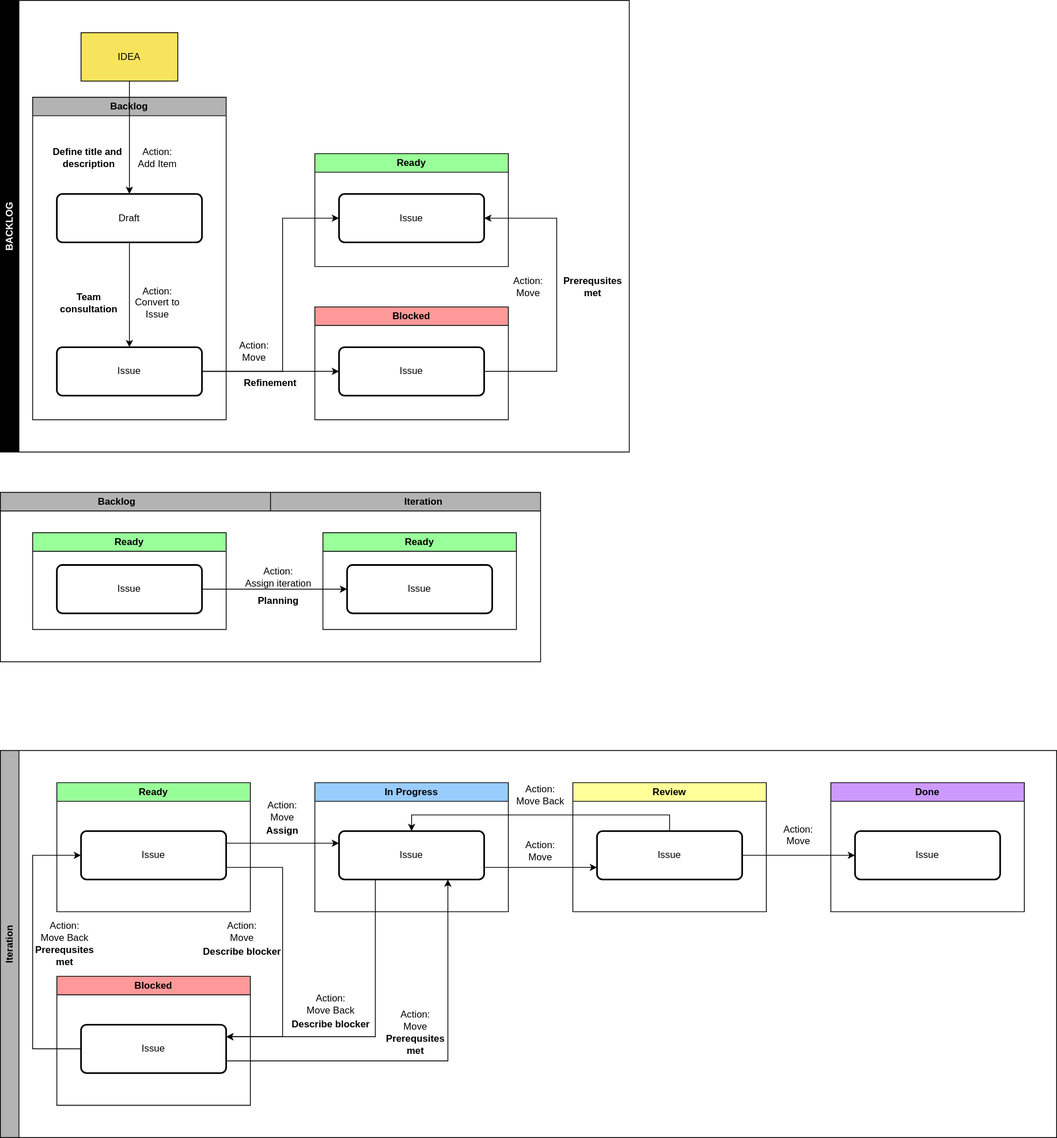
Earlier version of the draw.io export documentation/workflows/backlog/all_workflows.drawio.svg (coders-school/desktop-business-app). Source tidied: cells renumbered, new cells last; positions are measured from the earlier drawing's top-left corner, leaving out a move shared by most shapes. Source of this version:
```xml
<mxGraphModel background="#ffffff">
  <root>
    <mxCell id="0" />
    <mxCell id="1" parent="0" />
    <mxCell id="2" value="Iteration" style="swimlane;horizontal=0;whiteSpace=wrap;html=1;fillColor=#B3B3B3;startSize=23;strokeColor=#000000;fontColor=#000000;" parent="1" vertex="1">
      <mxGeometry y="930" width="1310" height="480" as="geometry" />
    </mxCell>
    <mxCell id="3" value="Blocked" style="swimlane;whiteSpace=wrap;html=1;fillColor=#FF9999;" parent="2" vertex="1">
      <mxGeometry x="70" y="280" width="240" height="160" as="geometry" />
    </mxCell>
    <mxCell id="4" value="Issue" style="rounded=1;whiteSpace=wrap;html=1;absoluteArcSize=1;arcSize=14;strokeWidth=2;" parent="3" vertex="1">
      <mxGeometry x="30" y="60" width="180" height="60" as="geometry" />
    </mxCell>
    <mxCell id="5" value="Ready" style="swimlane;whiteSpace=wrap;html=1;fillColor=#99FF99;swimlaneFillColor=none;" parent="2" vertex="1">
      <mxGeometry x="70" y="40" width="240" height="160" as="geometry" />
    </mxCell>
    <mxCell id="6" value="Issue" style="rounded=1;whiteSpace=wrap;html=1;absoluteArcSize=1;arcSize=14;strokeWidth=2;" parent="5" vertex="1">
      <mxGeometry x="30" y="60" width="180" height="60" as="geometry" />
    </mxCell>
    <mxCell id="7" value="In Progress" style="swimlane;whiteSpace=wrap;html=1;fillColor=#99CCFF;swimlaneFillColor=none;" parent="2" vertex="1">
      <mxGeometry x="390" y="40" width="240" height="160" as="geometry" />
    </mxCell>
    <mxCell id="8" value="Issue" style="rounded=1;whiteSpace=wrap;html=1;absoluteArcSize=1;arcSize=14;strokeWidth=2;" parent="7" vertex="1">
      <mxGeometry x="30" y="60" width="180" height="60" as="geometry" />
    </mxCell>
    <mxCell id="9" value="Review" style="swimlane;whiteSpace=wrap;html=1;fillColor=#FFFF99;swimlaneFillColor=none;" parent="2" vertex="1">
      <mxGeometry x="710" y="40" width="240" height="160" as="geometry" />
    </mxCell>
    <mxCell id="10" value="Issue" style="rounded=1;whiteSpace=wrap;html=1;absoluteArcSize=1;arcSize=14;strokeWidth=2;" parent="9" vertex="1">
      <mxGeometry x="30" y="60" width="180" height="60" as="geometry" />
    </mxCell>
    <mxCell id="11" value="Done" style="swimlane;whiteSpace=wrap;html=1;fillColor=#CC99FF;swimlaneFillColor=none;" parent="2" vertex="1">
      <mxGeometry x="1030" y="40" width="240" height="160" as="geometry" />
    </mxCell>
    <mxCell id="12" value="Issue" style="rounded=1;whiteSpace=wrap;html=1;absoluteArcSize=1;arcSize=14;strokeWidth=2;" parent="11" vertex="1">
      <mxGeometry x="30" y="60" width="180" height="60" as="geometry" />
    </mxCell>
    <mxCell id="13" style="edgeStyle=orthogonalEdgeStyle;rounded=0;jettySize=auto;html=1;exitX=1;exitY=0.5;exitDx=0;exitDy=0;entryX=0;entryY=0.5;entryDx=0;entryDy=0;" parent="2" edge="1" source="10" target="12">
      <mxGeometry relative="1" as="geometry" />
    </mxCell>
    <mxCell id="14" style="edgeStyle=orthogonalEdgeStyle;rounded=0;jettySize=auto;html=1;exitX=0;exitY=0.5;exitDx=0;exitDy=0;entryX=0;entryY=0.5;entryDx=0;entryDy=0;" parent="2" edge="1" source="4" target="6">
      <mxGeometry relative="1" as="geometry">
        <Array as="points">
          <mxPoint x="40" y="370" />
          <mxPoint x="40" y="130" />
        </Array>
      </mxGeometry>
    </mxCell>
    <mxCell id="15" style="edgeStyle=orthogonalEdgeStyle;rounded=0;jettySize=auto;html=1;exitX=1;exitY=0.75;exitDx=0;exitDy=0;entryX=0.75;entryY=1;entryDx=0;entryDy=0;" parent="2" edge="1" source="4" target="8">
      <mxGeometry relative="1" as="geometry" />
    </mxCell>
    <mxCell id="16" style="edgeStyle=orthogonalEdgeStyle;rounded=0;jettySize=auto;html=1;exitX=1;exitY=0.25;exitDx=0;exitDy=0;entryX=0;entryY=0.25;entryDx=0;entryDy=0;" parent="2" edge="1" source="6" target="8">
      <mxGeometry relative="1" as="geometry" />
    </mxCell>
    <mxCell id="17" style="edgeStyle=orthogonalEdgeStyle;rounded=0;jettySize=auto;html=1;exitX=1;exitY=0.75;exitDx=0;exitDy=0;entryX=1;entryY=0.25;entryDx=0;entryDy=0;" parent="2" edge="1" source="6" target="4">
      <mxGeometry relative="1" as="geometry">
        <Array as="points">
          <mxPoint x="350" y="145" />
          <mxPoint x="350" y="355" />
        </Array>
      </mxGeometry>
    </mxCell>
    <mxCell id="18" style="edgeStyle=orthogonalEdgeStyle;rounded=0;jettySize=auto;html=1;exitX=0.25;exitY=1;exitDx=0;exitDy=0;entryX=1;entryY=0.25;entryDx=0;entryDy=0;" parent="2" edge="1" source="8" target="4">
      <mxGeometry relative="1" as="geometry" />
    </mxCell>
    <mxCell id="19" style="edgeStyle=orthogonalEdgeStyle;rounded=0;jettySize=auto;html=1;exitX=0.5;exitY=0;exitDx=0;exitDy=0;entryX=0.5;entryY=0;entryDx=0;entryDy=0;" parent="2" edge="1" source="10" target="8">
      <mxGeometry relative="1" as="geometry" />
    </mxCell>
    <mxCell id="20" style="edgeStyle=orthogonalEdgeStyle;rounded=0;jettySize=auto;html=1;exitX=1;exitY=0.75;exitDx=0;exitDy=0;entryX=0;entryY=0.75;entryDx=0;entryDy=0;" parent="2" edge="1" source="8" target="10">
      <mxGeometry relative="1" as="geometry" />
    </mxCell>
    <mxCell id="21" value="Action:&lt;br&gt;Move" style="text;html=1;align=center;verticalAlign=middle;whiteSpace=wrap;rounded=0;" parent="2" vertex="1">
      <mxGeometry x="310" y="60" width="80" height="30" as="geometry" />
    </mxCell>
    <mxCell id="22" value="Action:&lt;br&gt;Move" style="text;html=1;align=center;verticalAlign=middle;whiteSpace=wrap;rounded=0;" parent="2" vertex="1">
      <mxGeometry x="630" y="110" width="80" height="30" as="geometry" />
    </mxCell>
    <mxCell id="23" value="Action:&lt;br&gt;Move Back" style="text;html=1;align=center;verticalAlign=middle;whiteSpace=wrap;rounded=0;" parent="2" vertex="1">
      <mxGeometry x="630" y="40" width="80" height="30" as="geometry" />
    </mxCell>
    <mxCell id="24" value="Action:&lt;br&gt;Move" style="text;html=1;align=center;verticalAlign=middle;whiteSpace=wrap;rounded=0;" parent="2" vertex="1">
      <mxGeometry x="950" y="90" width="80" height="30" as="geometry" />
    </mxCell>
    <mxCell id="25" value="Action:&lt;br&gt;Move" style="text;html=1;align=center;verticalAlign=middle;whiteSpace=wrap;rounded=0;" parent="2" vertex="1">
      <mxGeometry x="260" y="210" width="80" height="30" as="geometry" />
    </mxCell>
    <mxCell id="26" value="Action:&lt;br&gt;Move Back" style="text;html=1;align=center;verticalAlign=middle;whiteSpace=wrap;rounded=0;" parent="2" vertex="1">
      <mxGeometry x="370" y="300" width="80" height="30" as="geometry" />
    </mxCell>
    <mxCell id="27" value="Action:&lt;br&gt;Move Back" style="text;html=1;align=center;verticalAlign=middle;whiteSpace=wrap;rounded=0;" parent="2" vertex="1">
      <mxGeometry x="40" y="210" width="80" height="30" as="geometry" />
    </mxCell>
    <mxCell id="28" value="Action:&lt;br&gt;Move" style="text;html=1;align=center;verticalAlign=middle;whiteSpace=wrap;rounded=0;" parent="2" vertex="1">
      <mxGeometry x="475" y="320" width="80" height="30" as="geometry" />
    </mxCell>
    <mxCell id="29" value="Assign" style="text;html=1;align=center;verticalAlign=middle;whiteSpace=wrap;rounded=0;fontStyle=1;" parent="2" vertex="1">
      <mxGeometry x="305" y="90" width="90" height="20" as="geometry" />
    </mxCell>
    <mxCell id="30" value="Describe blocker" style="text;html=1;align=center;verticalAlign=middle;whiteSpace=wrap;rounded=0;fontStyle=1;" parent="2" vertex="1">
      <mxGeometry x="360" y="330" width="100" height="20" as="geometry" />
    </mxCell>
    <mxCell id="31" value="Prerequsites met" style="text;html=1;align=center;verticalAlign=middle;whiteSpace=wrap;rounded=0;fontStyle=1;" parent="2" vertex="1">
      <mxGeometry x="45" y="240" width="70" height="30" as="geometry" />
    </mxCell>
    <mxCell id="32" value="Describe blocker" style="text;html=1;align=center;verticalAlign=middle;whiteSpace=wrap;rounded=0;fontStyle=1;" parent="2" vertex="1">
      <mxGeometry x="250" y="240" width="100" height="20" as="geometry" />
    </mxCell>
    <mxCell id="33" value="Prerequsites met" style="text;html=1;align=center;verticalAlign=middle;whiteSpace=wrap;rounded=0;fontStyle=1;" parent="2" vertex="1">
      <mxGeometry x="480" y="350" width="70" height="30" as="geometry" />
    </mxCell>
    <mxCell id="34" value="BACKLOG" style="swimlane;horizontal=0;whiteSpace=wrap;html=1;fillColor=#000000;startSize=23;strokeColor=#000000;fontColor=#FFFFFF;gradientColor=none;shadow=0;glass=0;swimlaneLine=1;" parent="1" vertex="1">
      <mxGeometry width="780" height="560" as="geometry" />
    </mxCell>
    <mxCell id="35" value="Backlog" style="swimlane;whiteSpace=wrap;html=1;fillColor=#B3B3B3;swimlaneFillColor=none;" parent="34" vertex="1">
      <mxGeometry x="40" y="120" width="240" height="400" as="geometry" />
    </mxCell>
    <mxCell id="36" value="Issue" style="rounded=1;whiteSpace=wrap;html=1;absoluteArcSize=1;arcSize=14;strokeWidth=2;" parent="35" vertex="1">
      <mxGeometry x="30" y="310" width="180" height="60" as="geometry" />
    </mxCell>
    <mxCell id="37" value="Action: Convert to Issue" style="text;html=1;align=center;verticalAlign=middle;whiteSpace=wrap;rounded=0;" parent="35" vertex="1">
      <mxGeometry x="120" y="240" width="70" height="30" as="geometry" />
    </mxCell>
    <mxCell id="38" value="Team consultation" style="text;html=1;align=center;verticalAlign=middle;whiteSpace=wrap;rounded=0;fontStyle=1;" parent="35" vertex="1">
      <mxGeometry x="20" y="240" width="100" height="30" as="geometry" />
    </mxCell>
    <mxCell id="39" value="Define title and&amp;nbsp; description" style="text;html=1;align=center;verticalAlign=middle;whiteSpace=wrap;rounded=0;fontStyle=1;" parent="35" vertex="1">
      <mxGeometry x="20" y="60" width="100" height="30" as="geometry" />
    </mxCell>
    <mxCell id="40" value="Action:&lt;br&gt;Add Item" style="text;html=1;align=center;verticalAlign=middle;whiteSpace=wrap;rounded=0;" parent="35" vertex="1">
      <mxGeometry x="120" y="60" width="70" height="30" as="geometry" />
    </mxCell>
    <mxCell id="41" value="Draft" style="rounded=1;whiteSpace=wrap;html=1;absoluteArcSize=1;arcSize=14;strokeWidth=2;" parent="35" vertex="1">
      <mxGeometry x="30" y="120" width="180" height="60" as="geometry" />
    </mxCell>
    <mxCell id="42" style="edgeStyle=orthogonalEdgeStyle;rounded=0;jettySize=auto;html=1;exitX=0.5;exitY=1;exitDx=0;exitDy=0;entryX=0.5;entryY=0;entryDx=0;entryDy=0;" parent="35" edge="1" source="41" target="36">
      <mxGeometry relative="1" as="geometry" />
    </mxCell>
    <mxCell id="43" value="Blocked" style="swimlane;whiteSpace=wrap;html=1;fillColor=#FF9999;" parent="34" vertex="1">
      <mxGeometry x="390" y="380" width="240" height="140" as="geometry" />
    </mxCell>
    <mxCell id="44" value="Issue" style="rounded=1;whiteSpace=wrap;html=1;absoluteArcSize=1;arcSize=14;strokeWidth=2;" parent="43" vertex="1">
      <mxGeometry x="30" y="50" width="180" height="60" as="geometry" />
    </mxCell>
    <mxCell id="45" value="Ready" style="swimlane;whiteSpace=wrap;html=1;fillColor=#99FF99;swimlaneFillColor=none;" parent="34" vertex="1">
      <mxGeometry x="390" y="190" width="240" height="140" as="geometry" />
    </mxCell>
    <mxCell id="46" value="Issue" style="rounded=1;whiteSpace=wrap;html=1;absoluteArcSize=1;arcSize=14;strokeWidth=2;" parent="45" vertex="1">
      <mxGeometry x="30" y="50" width="180" height="60" as="geometry" />
    </mxCell>
    <mxCell id="47" style="edgeStyle=orthogonalEdgeStyle;rounded=0;jettySize=auto;html=1;exitX=0;exitY=0.5;exitDx=0;exitDy=0;entryX=1;entryY=0.5;entryDx=0;entryDy=0;endArrow=none;endFill=0;startArrow=classic;startFill=1;" parent="34" edge="1" source="44" target="36">
      <mxGeometry relative="1" as="geometry" />
    </mxCell>
    <mxCell id="48" style="edgeStyle=orthogonalEdgeStyle;rounded=0;jettySize=auto;html=1;exitX=0;exitY=0.5;exitDx=0;exitDy=0;entryX=1;entryY=0.5;entryDx=0;entryDy=0;startArrow=classic;startFill=1;endArrow=none;endFill=0;" parent="34" edge="1" source="46" target="36">
      <mxGeometry relative="1" as="geometry">
        <Array as="points">
          <mxPoint x="350" y="270" />
          <mxPoint x="350" y="460" />
        </Array>
      </mxGeometry>
    </mxCell>
    <mxCell id="49" value="Refinement" style="text;html=1;align=center;verticalAlign=middle;whiteSpace=wrap;rounded=0;fontStyle=1;" parent="34" vertex="1">
      <mxGeometry x="290" y="460" width="90" height="30" as="geometry" />
    </mxCell>
    <mxCell id="50" value="Action:&lt;br&gt;Move" style="text;html=1;align=center;verticalAlign=middle;whiteSpace=wrap;rounded=0;" parent="34" vertex="1">
      <mxGeometry x="280" y="420" width="70" height="30" as="geometry" />
    </mxCell>
    <mxCell id="51" value="IDEA" style="rounded=0;whiteSpace=wrap;html=1;fillColor=#f8e45c;" parent="34" vertex="1">
      <mxGeometry x="100" y="40" width="120" height="60" as="geometry" />
    </mxCell>
    <mxCell id="52" style="edgeStyle=orthogonalEdgeStyle;rounded=0;jettySize=auto;html=1;exitX=0.5;exitY=1;exitDx=0;exitDy=0;entryX=0.5;entryY=0;entryDx=0;entryDy=0;" parent="34" edge="1" source="51" target="41">
      <mxGeometry relative="1" as="geometry" />
    </mxCell>
    <mxCell id="53" style="edgeStyle=orthogonalEdgeStyle;rounded=0;jettySize=auto;html=1;exitX=1;exitY=0.5;exitDx=0;exitDy=0;entryX=1;entryY=0.5;entryDx=0;entryDy=0;" parent="34" edge="1" source="44" target="46">
      <mxGeometry relative="1" as="geometry">
        <Array as="points">
          <mxPoint x="690" y="460" />
          <mxPoint x="690" y="270" />
        </Array>
      </mxGeometry>
    </mxCell>
    <mxCell id="54" value="Prerequsites met" style="text;html=1;align=center;verticalAlign=middle;whiteSpace=wrap;rounded=0;fontStyle=1;" parent="34" vertex="1">
      <mxGeometry x="700" y="340" width="70" height="30" as="geometry" />
    </mxCell>
    <mxCell id="55" value="Action:&lt;br&gt;Move" style="text;html=1;align=center;verticalAlign=middle;whiteSpace=wrap;rounded=0;" parent="34" vertex="1">
      <mxGeometry x="620" y="340" width="70" height="30" as="geometry" />
    </mxCell>
    <mxCell id="56" value="Backlog&amp;nbsp;&amp;nbsp;&amp;nbsp;&amp;nbsp;&amp;nbsp;&amp;nbsp;&amp;nbsp;&amp;nbsp;&amp;nbsp;&amp;nbsp;&amp;nbsp;&amp;nbsp;&amp;nbsp;&amp;nbsp;&amp;nbsp;&amp;nbsp;&amp;nbsp;&amp;nbsp;&amp;nbsp;&amp;nbsp;&amp;nbsp;&amp;nbsp;&amp;nbsp;&amp;nbsp;&amp;nbsp;&amp;nbsp;&amp;nbsp;&amp;nbsp;&amp;nbsp;&amp;nbsp;&amp;nbsp;&amp;nbsp;&amp;nbsp;&amp;nbsp;&amp;nbsp;&amp;nbsp;&amp;nbsp;&amp;nbsp;&amp;nbsp;&amp;nbsp;&amp;nbsp;&amp;nbsp;&amp;nbsp;&amp;nbsp;&amp;nbsp;&amp;nbsp;&amp;nbsp;&amp;nbsp;&amp;nbsp;&amp;nbsp;&amp;nbsp;&amp;nbsp;&amp;nbsp;&amp;nbsp;&amp;nbsp;&amp;nbsp;&amp;nbsp;&amp;nbsp;&amp;nbsp;&amp;nbsp;&amp;nbsp;&amp;nbsp;&amp;nbsp;&amp;nbsp;&amp;nbsp;&amp;nbsp;&amp;nbsp;&amp;nbsp;&amp;nbsp;&amp;nbsp;&amp;nbsp;&amp;nbsp;&amp;nbsp;&amp;nbsp;&amp;nbsp;&amp;nbsp;&amp;nbsp;&amp;nbsp;&amp;nbsp;&amp;nbsp;&amp;nbsp;&amp;nbsp;&amp;nbsp;&amp;nbsp;&amp;nbsp;&amp;nbsp;&amp;nbsp;&amp;nbsp;&amp;nbsp;&amp;nbsp;&amp;nbsp;&amp;nbsp;&amp;nbsp;&amp;nbsp;&amp;nbsp;&amp;nbsp;&amp;nbsp;&amp;nbsp;&amp;nbsp; Iteration" style="swimlane;whiteSpace=wrap;html=1;fillColor=#B3B3B3;swimlaneFillColor=none;strokeColor=default;" parent="1" vertex="1">
      <mxGeometry y="610" width="670" height="210" as="geometry" />
    </mxCell>
    <mxCell id="57" style="edgeStyle=orthogonalEdgeStyle;rounded=0;jettySize=auto;html=1;exitX=1;exitY=0.5;exitDx=0;exitDy=0;entryX=0;entryY=0.5;entryDx=0;entryDy=0;" parent="56" edge="1" source="62" target="58">
      <mxGeometry relative="1" as="geometry" />
    </mxCell>
    <mxCell id="58" value="Issue" style="rounded=1;whiteSpace=wrap;html=1;absoluteArcSize=1;arcSize=14;strokeWidth=2;" parent="56" vertex="1">
      <mxGeometry x="430" y="90" width="180" height="60" as="geometry" />
    </mxCell>
    <mxCell id="59" value="Planning" style="text;html=1;align=center;verticalAlign=middle;whiteSpace=wrap;rounded=0;fontStyle=1;" parent="56" vertex="1">
      <mxGeometry x="300" y="120" width="90" height="30" as="geometry" />
    </mxCell>
    <mxCell id="60" value="Action:&lt;br&gt;Assign iteration" style="text;html=1;align=center;verticalAlign=middle;whiteSpace=wrap;rounded=0;" parent="56" vertex="1">
      <mxGeometry x="290" y="90" width="110" height="30" as="geometry" />
    </mxCell>
    <mxCell id="61" value="Ready" style="swimlane;whiteSpace=wrap;html=1;fillColor=#99FF99;swimlaneFillColor=none;" parent="56" vertex="1">
      <mxGeometry x="40" y="50" width="240" height="120" as="geometry" />
    </mxCell>
    <mxCell id="62" value="Issue" style="rounded=1;whiteSpace=wrap;html=1;absoluteArcSize=1;arcSize=14;strokeWidth=2;" parent="61" vertex="1">
      <mxGeometry x="30" y="40" width="180" height="60" as="geometry" />
    </mxCell>
    <mxCell id="63" value="Ready" style="swimlane;whiteSpace=wrap;html=1;fillColor=#99FF99;swimlaneFillColor=none;" parent="56" vertex="1">
      <mxGeometry x="400" y="50" width="240" height="120" as="geometry" />
    </mxCell>
    <mxCell id="64" style="endArrow=none;html=1;rounded=0;exitX=0.5;exitY=0;exitDx=0;exitDy=0;targetPerimeterSpacing=0;endSize=6;" parent="1" edge="1">
      <mxGeometry relative="1" as="geometry">
        <mxPoint x="335" y="633" as="sourcePoint" />
        <mxPoint x="335" y="610" as="targetPoint" />
      </mxGeometry>
    </mxCell>
  </root>
</mxGraphModel>
```
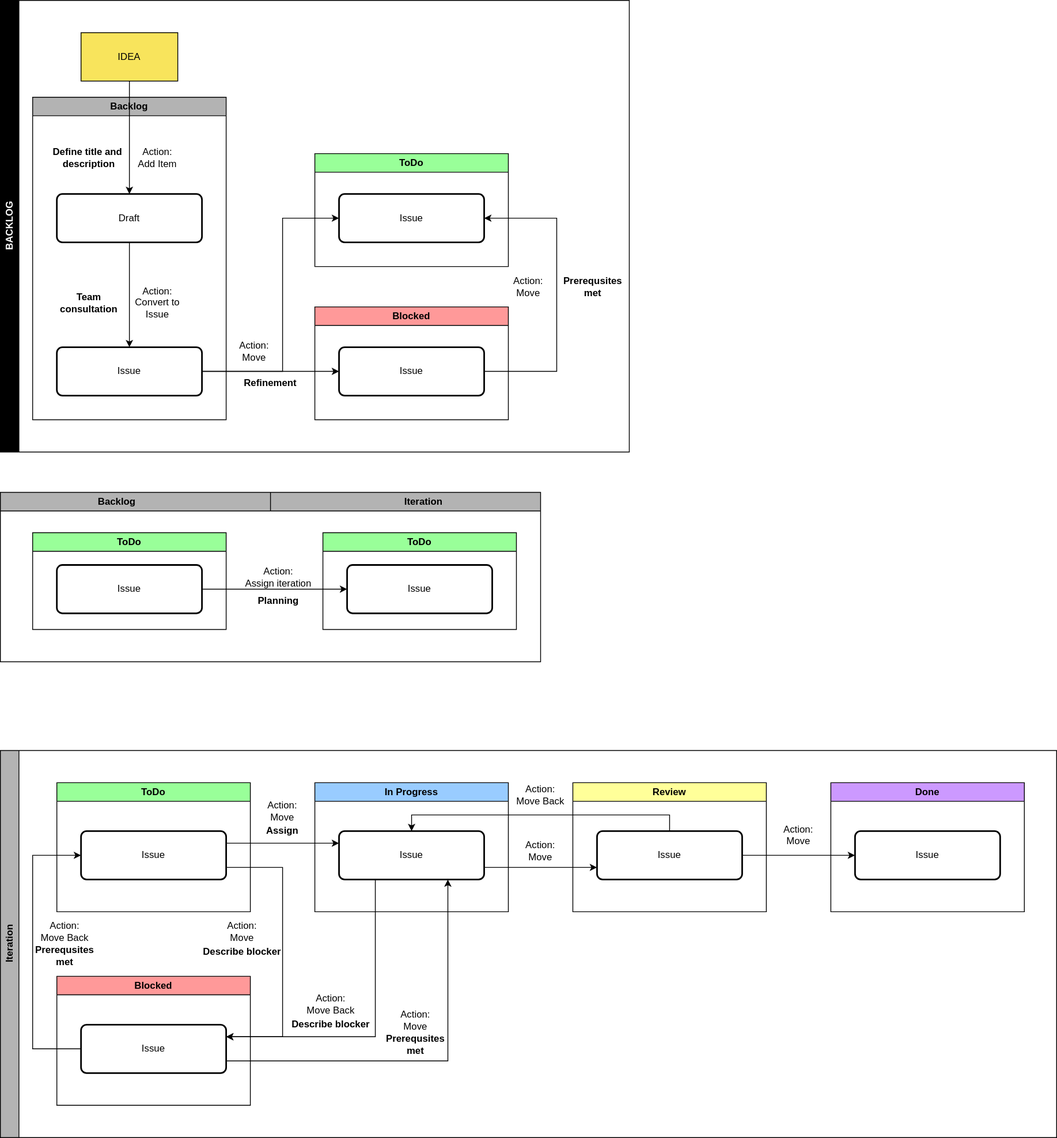
Later version of the same file.

Commit message:
Update workflows naming

What changed in the source:
```diff
@@ -11,7 +11,7 @@
     <mxCell id="4" value="Issue" style="rounded=1;whiteSpace=wrap;html=1;absoluteArcSize=1;arcSize=14;strokeWidth=2;" parent="3" vertex="1">
       <mxGeometry x="30" y="60" width="180" height="60" as="geometry" />
     </mxCell>
-    <mxCell id="5" value="Ready" style="swimlane;whiteSpace=wrap;html=1;fillColor=#99FF99;swimlaneFillColor=none;" parent="2" vertex="1">
+    <mxCell id="5" value="ToDo" style="swimlane;whiteSpace=wrap;html=1;fillColor=#99FF99;swimlaneFillColor=none;" parent="2" vertex="1">
       <mxGeometry x="70" y="40" width="240" height="160" as="geometry" />
     </mxCell>
     <mxCell id="6" value="Issue" style="rounded=1;whiteSpace=wrap;html=1;absoluteArcSize=1;arcSize=14;strokeWidth=2;" parent="5" vertex="1">
@@ -141,7 +141,7 @@
     <mxCell id="44" value="Issue" style="rounded=1;whiteSpace=wrap;html=1;absoluteArcSize=1;arcSize=14;strokeWidth=2;" parent="43" vertex="1">
       <mxGeometry x="30" y="50" width="180" height="60" as="geometry" />
     </mxCell>
-    <mxCell id="45" value="Ready" style="swimlane;whiteSpace=wrap;html=1;fillColor=#99FF99;swimlaneFillColor=none;" parent="34" vertex="1">
+    <mxCell id="45" value="ToDo" style="swimlane;whiteSpace=wrap;html=1;fillColor=#99FF99;swimlaneFillColor=none;" parent="34" vertex="1">
       <mxGeometry x="390" y="190" width="240" height="140" as="geometry" />
     </mxCell>
     <mxCell id="46" value="Issue" style="rounded=1;whiteSpace=wrap;html=1;absoluteArcSize=1;arcSize=14;strokeWidth=2;" parent="45" vertex="1">
@@ -199,13 +199,13 @@
     <mxCell id="60" value="Action:&lt;br&gt;Assign iteration" style="text;html=1;align=center;verticalAlign=middle;whiteSpace=wrap;rounded=0;" parent="56" vertex="1">
       <mxGeometry x="290" y="90" width="110" height="30" as="geometry" />
     </mxCell>
-    <mxCell id="61" value="Ready" style="swimlane;whiteSpace=wrap;html=1;fillColor=#99FF99;swimlaneFillColor=none;" parent="56" vertex="1">
+    <mxCell id="61" value="ToDo" style="swimlane;whiteSpace=wrap;html=1;fillColor=#99FF99;swimlaneFillColor=none;" parent="56" vertex="1">
       <mxGeometry x="40" y="50" width="240" height="120" as="geometry" />
     </mxCell>
     <mxCell id="62" value="Issue" style="rounded=1;whiteSpace=wrap;html=1;absoluteArcSize=1;arcSize=14;strokeWidth=2;" parent="61" vertex="1">
       <mxGeometry x="30" y="40" width="180" height="60" as="geometry" />
     </mxCell>
-    <mxCell id="63" value="Ready" style="swimlane;whiteSpace=wrap;html=1;fillColor=#99FF99;swimlaneFillColor=none;" parent="56" vertex="1">
+    <mxCell id="63" value="ToDo" style="swimlane;whiteSpace=wrap;html=1;fillColor=#99FF99;swimlaneFillColor=none;" parent="56" vertex="1">
       <mxGeometry x="400" y="50" width="240" height="120" as="geometry" />
     </mxCell>
     <mxCell id="64" style="endArrow=none;html=1;rounded=0;exitX=0.5;exitY=0;exitDx=0;exitDy=0;targetPerimeterSpacing=0;endSize=6;" parent="1" edge="1">
```
